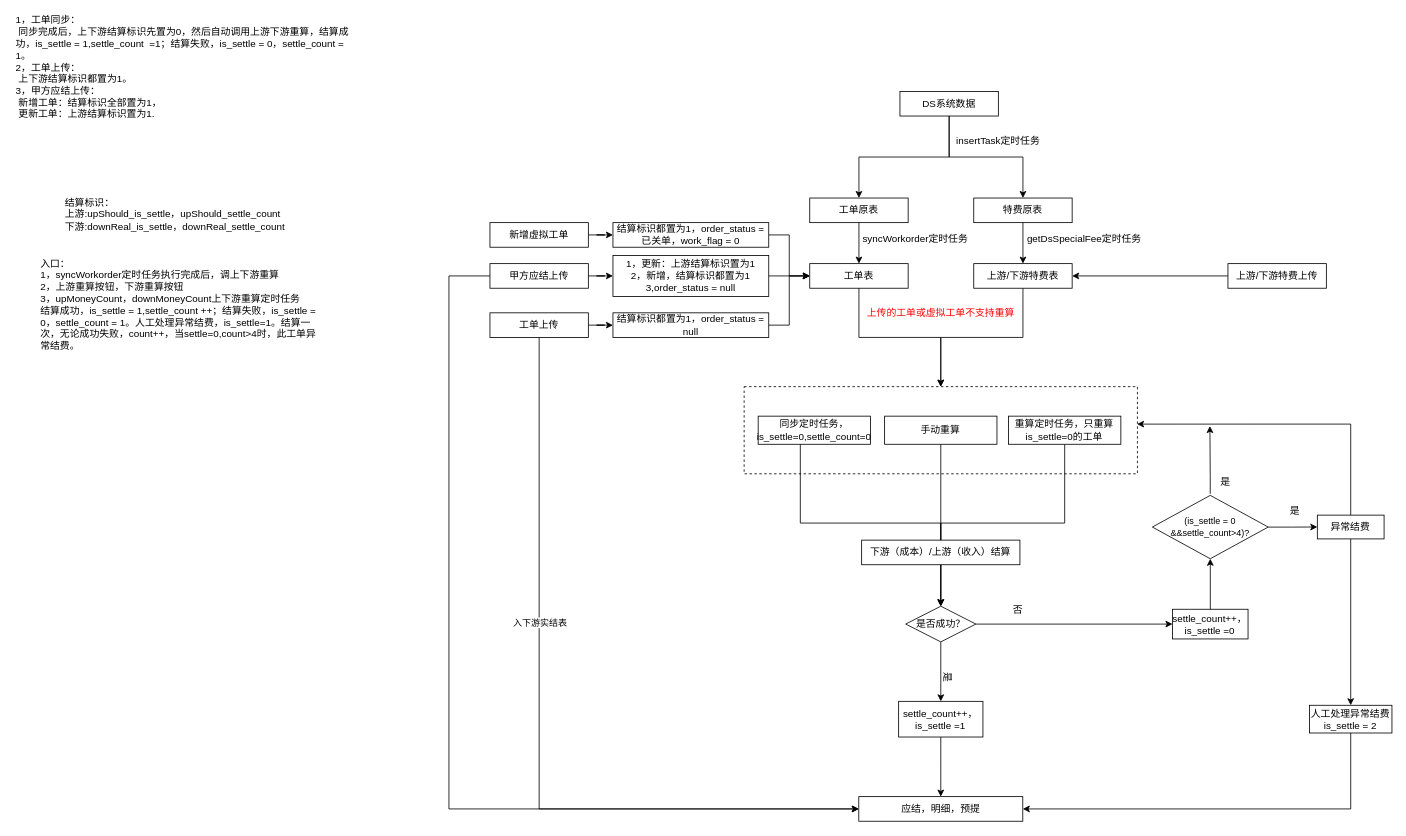
yutaob/repository1 keeps this draw.io diagram as 未命名绘图.drawio. Above is the earlier version. Source tidied: cells renumbered, new cells numbered last; positions are measured from the earlier drawing's top-left corner, leaving out a move shared by most shapes. Both pictures are drawn from the tidied source at 82%, with x=0, y=0 at pixel (14, 17).
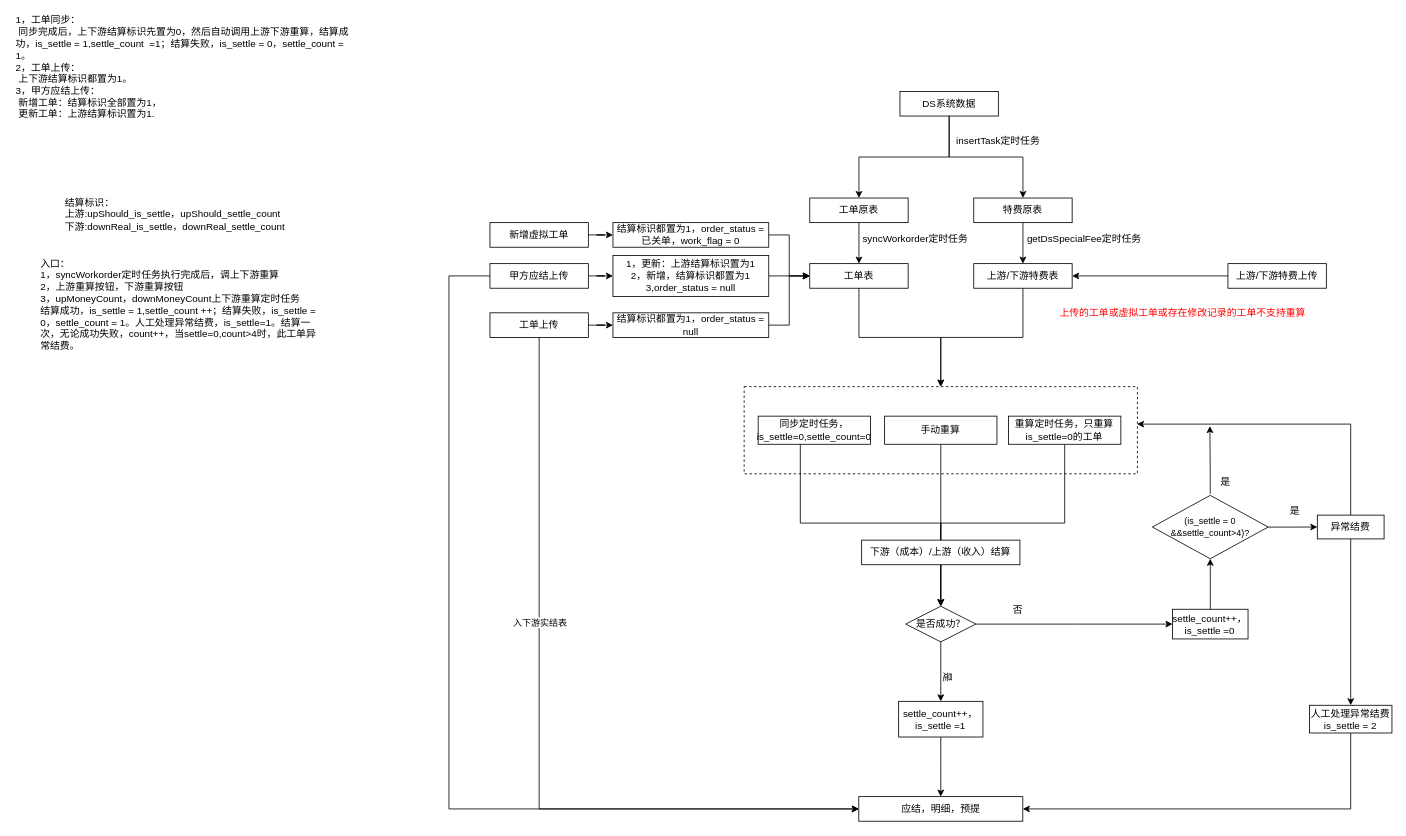
After the change.

Unchanged cells that the change refers to:
```xml
<mxCell id="2" style="group;" parent="1" vertex="1">
  <mxGeometry width="1680" height="980" as="geometry" />
</mxCell>
```

The edit, as a diff of the source:
```diff
@@
-    <mxCell id="39" value="&lt;font color=&quot;#ff0000&quot;&gt;上传的工单或虚拟工单不支持重算&lt;/font&gt;" style="text;html=1;strokeColor=none;fillColor=none;align=center;verticalAlign=middle;whiteSpace=wrap;rounded=0;fontColor=#000000;" parent="2" vertex="1">
-      <mxGeometry x="1029.8" y="350" width="200" height="20" as="geometry" />
+    <mxCell id="39" value="&lt;font color=&quot;#ff0000&quot;&gt;上传的工单或虚拟工单或存在修改记录的工单&lt;/font&gt;&lt;span style=&quot;color: rgb(255 , 0 , 0)&quot;&gt;不支持重算&lt;/span&gt;" style="text;html=1;strokeColor=none;fillColor=none;align=center;verticalAlign=middle;whiteSpace=wrap;rounded=0;fontColor=#000000;" parent="2" vertex="1">
+      <mxGeometry x="1249.8" y="350" width="350.2" height="20" as="geometry" />
     </mxCell>
```
